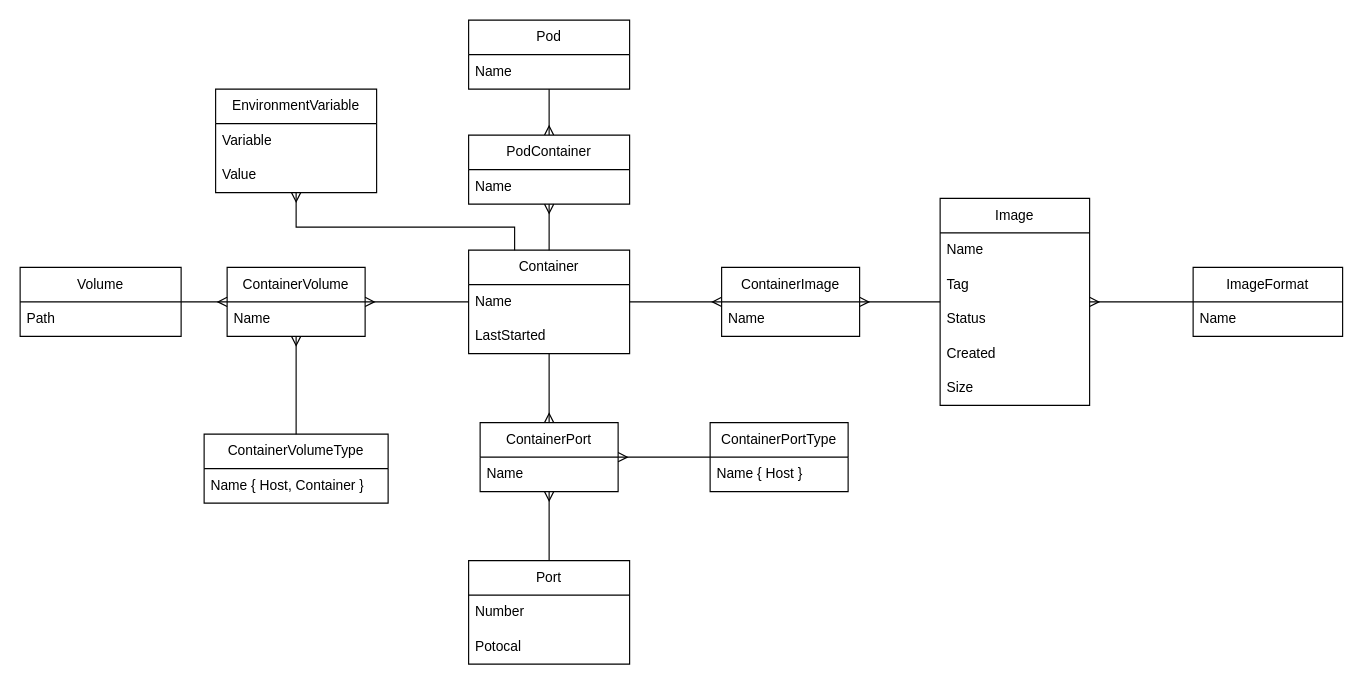
This is kubernetes.drawio from chavp/data-modeling, a draw.io file, before an edit. Source tidied: cells renumbered, new cells numbered last; positions are measured from the earlier drawing's top-left corner, leaving out a move shared by most shapes. Both pictures are drawn from the tidied source at 115%, with x=0, y=0 at pixel (20, 20).
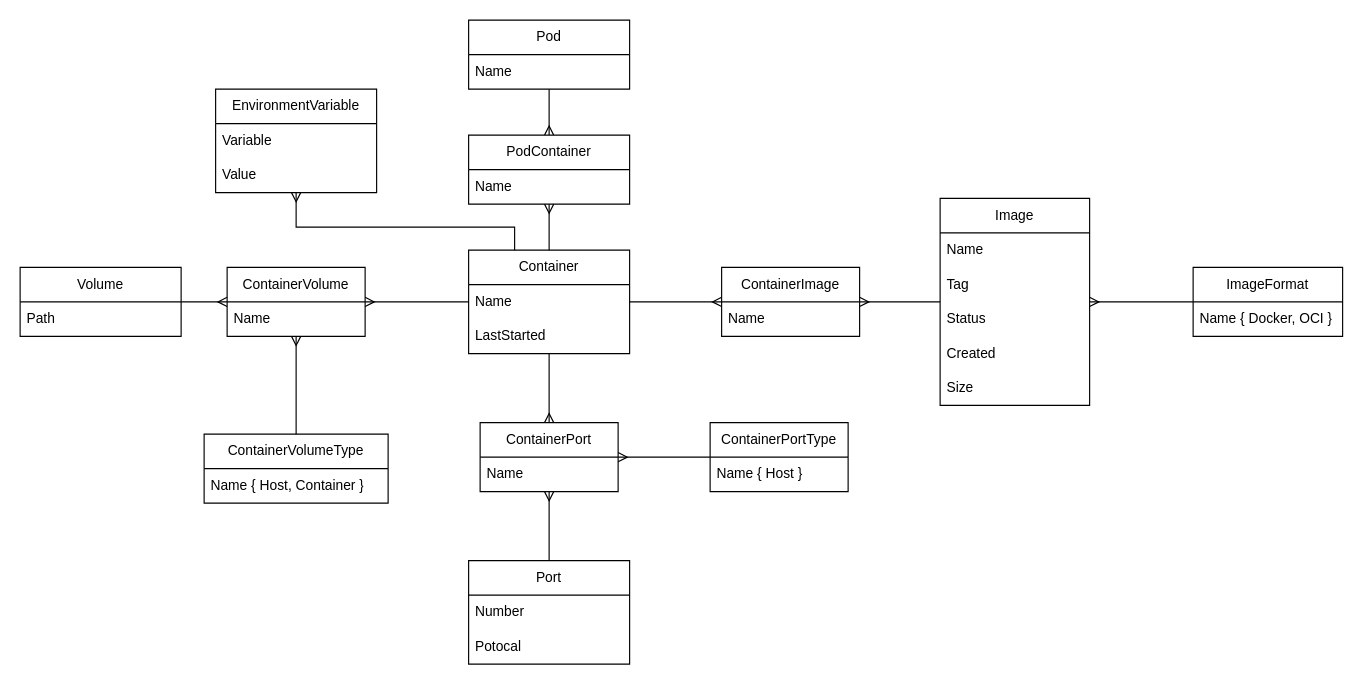
After the change.

Unchanged cells that the change refers to:
```xml
<mxCell id="44" value="ImageFormat" style="swimlane;fontStyle=0;horizontal=1;startSize=30;whiteSpace=wrap;html=1;" parent="1" vertex="1">
  <mxGeometry x="1020" y="215" width="130" height="60" as="geometry" />
</mxCell>
```

Change to the diagram source:
```diff
@@
-    <mxCell id="45" value="Name" style="text;strokeColor=none;fillColor=none;align=left;verticalAlign=middle;spacingLeft=4;spacingRight=4;overflow=hidden;whiteSpace=wrap;html=1;" parent="44" vertex="1">
+    <mxCell id="45" value="Name { Docker, OCI }" style="text;strokeColor=none;fillColor=none;align=left;verticalAlign=middle;spacingLeft=4;spacingRight=4;overflow=hidden;whiteSpace=wrap;html=1;" parent="44" vertex="1">
       <mxGeometry y="30" width="130" height="30" as="geometry" />
     </mxCell>
```
